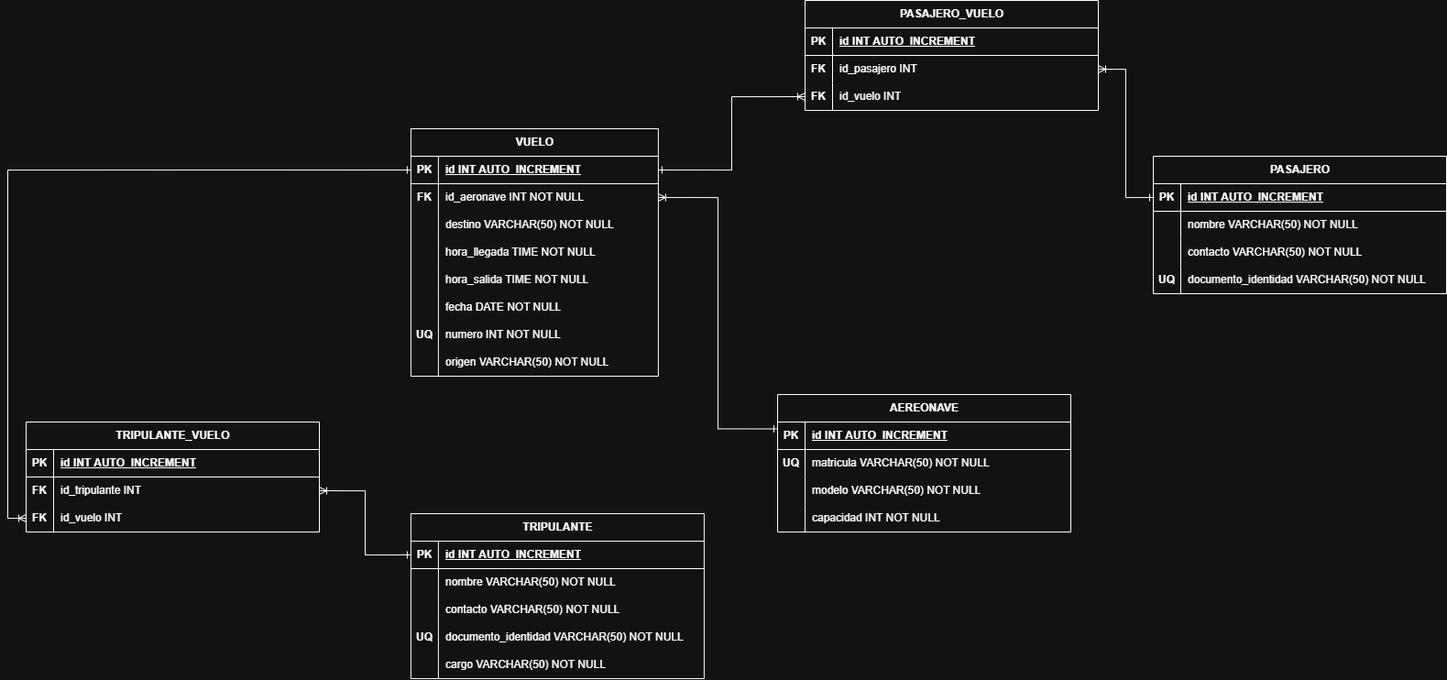
This is Diagrama_MR.png from CamiloRC317/Redondo_Juan_Taller_LATAM, a draw.io export, as it was before one commit. Source tidied: cells renumbered, new cells last; positions are measured from the earlier drawing's top-left corner, leaving out a move shared by most shapes.
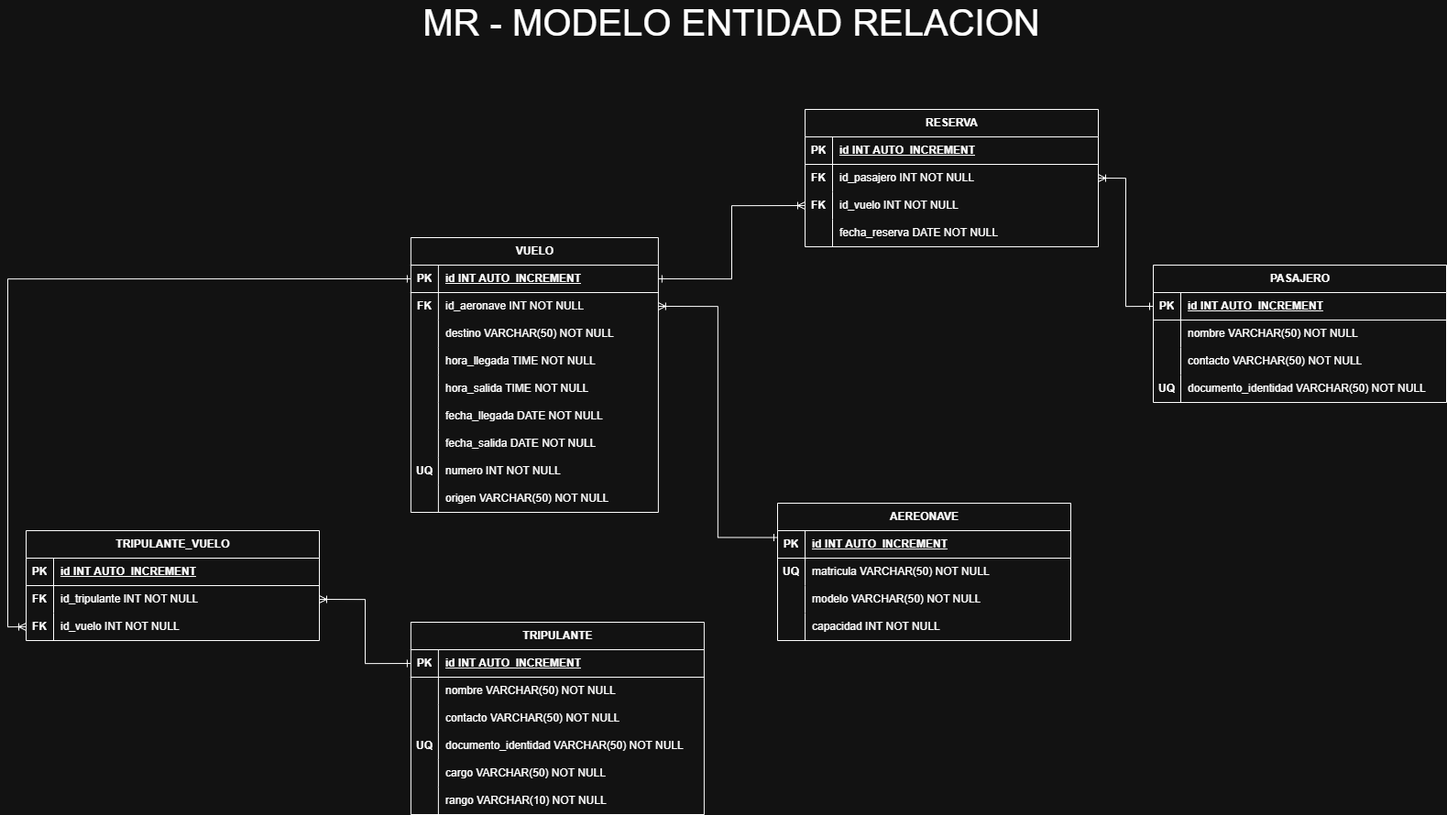
Later version of the same file.

What changed in the source:
```diff
@@ -3,7 +3,7 @@
     <mxCell id="0" />
     <mxCell id="1" parent="0" />
     <mxCell id="2" value="VUELO" style="shape=table;startSize=30;rowLines=0;fontStyle=1;align=center;html=1;" parent="1" vertex="1">
-      <mxGeometry x="419.9" y="140" width="270" height="270" as="geometry" />
+      <mxGeometry x="419.9" y="140" width="270" height="300" as="geometry" />
     </mxCell>
     <mxCell id="3" style="shape=tableRow;horizontal=0;startSize=0;swimlaneHead=0;swimlaneBody=0;fillColor=none;points=[[0,0.5],[1,0.5]];portConstraint=eastwest;top=0;left=0;right=0;bottom=1;" parent="2" vertex="1">
       <mxGeometry y="30" width="270" height="30" as="geometry" />
@@ -50,17 +50,26 @@
     <mxCell id="17" value="hora_salida TIME NOT NULL" style="shape=partialRectangle;fillColor=none;top=0;left=0;bottom=0;right=0;align=left;spacingLeft=6;overflow=hidden;whiteSpace=wrap;html=1;" parent="15" vertex="1">
       <mxGeometry x="30" width="240" height="30" as="geometry" />
     </mxCell>
+    <mxCell id="94" style="shape=tableRow;horizontal=0;startSize=0;swimlaneHead=0;swimlaneBody=0;fillColor=none;top=0;left=0;right=0;bottom=0;" parent="2" vertex="1">
+      <mxGeometry y="180" width="270" height="30" as="geometry" />
+    </mxCell>
+    <mxCell id="95" style="shape=partialRectangle;fillColor=none;top=0;left=0;bottom=0;right=0;overflow=hidden;whiteSpace=wrap;html=1;" parent="94" vertex="1">
+      <mxGeometry width="30" height="30" as="geometry" />
+    </mxCell>
+    <mxCell id="96" value="fecha_llegada DATE NOT NULL" style="shape=partialRectangle;fillColor=none;top=0;left=0;bottom=0;right=0;align=left;spacingLeft=6;overflow=hidden;whiteSpace=wrap;html=1;" parent="94" vertex="1">
+      <mxGeometry x="30" width="240" height="30" as="geometry" />
+    </mxCell>
     <mxCell id="18" style="shape=tableRow;horizontal=0;startSize=0;swimlaneHead=0;swimlaneBody=0;fillColor=none;top=0;left=0;right=0;bottom=0;" parent="2" vertex="1">
-      <mxGeometry y="180" width="270" height="30" as="geometry" />
+      <mxGeometry y="210" width="270" height="30" as="geometry" />
     </mxCell>
     <mxCell id="19" style="shape=partialRectangle;fillColor=none;top=0;left=0;bottom=0;right=0;overflow=hidden;whiteSpace=wrap;html=1;" parent="18" vertex="1">
       <mxGeometry width="30" height="30" as="geometry" />
     </mxCell>
-    <mxCell id="20" value="fecha DATE NOT NULL" style="shape=partialRectangle;fillColor=none;top=0;left=0;bottom=0;right=0;align=left;spacingLeft=6;overflow=hidden;whiteSpace=wrap;html=1;" parent="18" vertex="1">
+    <mxCell id="20" value="fecha_salida DATE NOT NULL" style="shape=partialRectangle;fillColor=none;top=0;left=0;bottom=0;right=0;align=left;spacingLeft=6;overflow=hidden;whiteSpace=wrap;html=1;" parent="18" vertex="1">
       <mxGeometry x="30" width="240" height="30" as="geometry" />
     </mxCell>
     <mxCell id="21" style="shape=tableRow;horizontal=0;startSize=0;swimlaneHead=0;swimlaneBody=0;fillColor=none;top=0;left=0;right=0;bottom=0;" parent="2" vertex="1">
-      <mxGeometry y="210" width="270" height="30" as="geometry" />
+      <mxGeometry y="240" width="270" height="30" as="geometry" />
     </mxCell>
     <mxCell id="22" value="&lt;b&gt;UQ&lt;/b&gt;" style="shape=partialRectangle;fillColor=none;top=0;left=0;bottom=0;right=0;overflow=hidden;whiteSpace=wrap;html=1;" parent="21" vertex="1">
       <mxGeometry width="30" height="30" as="geometry" />
@@ -69,7 +78,7 @@
       <mxGeometry x="30" width="240" height="30" as="geometry" />
     </mxCell>
     <mxCell id="24" style="shape=tableRow;horizontal=0;startSize=0;swimlaneHead=0;swimlaneBody=0;fillColor=none;top=0;left=0;right=0;bottom=0;" parent="2" vertex="1">
-      <mxGeometry y="240" width="270" height="30" as="geometry" />
+      <mxGeometry y="270" width="270" height="30" as="geometry" />
     </mxCell>
     <mxCell id="25" style="shape=partialRectangle;fillColor=none;top=0;left=0;bottom=0;right=0;overflow=hidden;whiteSpace=wrap;html=1;" parent="24" vertex="1">
       <mxGeometry width="30" height="30" as="geometry" />
@@ -117,7 +126,7 @@
       <mxGeometry x="30" width="290" height="30" as="geometry" />
     </mxCell>
     <mxCell id="40" value="TRIPULANTE" style="shape=table;startSize=30;rowLines=0;fontStyle=1;align=center;html=1;" parent="1" vertex="1">
-      <mxGeometry x="419.9" y="560" width="320" height="180" as="geometry" />
+      <mxGeometry x="419.9" y="560" width="320" height="210" as="geometry" />
     </mxCell>
     <mxCell id="41" style="shape=tableRow;horizontal=0;startSize=0;swimlaneHead=0;swimlaneBody=0;fillColor=none;points=[[0,0.5],[1,0.5]];portConstraint=eastwest;top=0;left=0;right=0;bottom=1;" parent="40" vertex="1">
       <mxGeometry y="30" width="320" height="30" as="geometry" />
@@ -155,13 +164,22 @@
     <mxCell id="52" value="documento_identidad VARCHAR(50) NOT NULL" style="shape=partialRectangle;fillColor=none;top=0;left=0;bottom=0;right=0;align=left;spacingLeft=6;overflow=hidden;whiteSpace=wrap;html=1;" parent="50" vertex="1">
       <mxGeometry x="30" width="290" height="30" as="geometry" />
     </mxCell>
+    <mxCell id="97" style="shape=tableRow;horizontal=0;startSize=0;swimlaneHead=0;swimlaneBody=0;fillColor=none;top=0;left=0;right=0;bottom=0;" parent="40" vertex="1">
+      <mxGeometry y="150" width="320" height="30" as="geometry" />
+    </mxCell>
+    <mxCell id="98" style="shape=partialRectangle;fillColor=none;top=0;left=0;bottom=0;right=0;overflow=hidden;whiteSpace=wrap;html=1;" parent="97" vertex="1">
+      <mxGeometry width="30" height="30" as="geometry" />
+    </mxCell>
+    <mxCell id="99" value="cargo VARCHAR(50) NOT NULL" style="shape=partialRectangle;fillColor=none;top=0;left=0;bottom=0;right=0;align=left;spacingLeft=6;overflow=hidden;whiteSpace=wrap;html=1;" parent="97" vertex="1">
+      <mxGeometry x="30" width="290" height="30" as="geometry" />
+    </mxCell>
     <mxCell id="53" style="shape=tableRow;horizontal=0;startSize=0;swimlaneHead=0;swimlaneBody=0;fillColor=none;top=0;left=0;right=0;bottom=0;" parent="40" vertex="1">
-      <mxGeometry y="150" width="320" height="30" as="geometry" />
+      <mxGeometry y="180" width="320" height="30" as="geometry" />
     </mxCell>
     <mxCell id="54" style="shape=partialRectangle;fillColor=none;top=0;left=0;bottom=0;right=0;overflow=hidden;whiteSpace=wrap;html=1;" parent="53" vertex="1">
       <mxGeometry width="30" height="30" as="geometry" />
     </mxCell>
-    <mxCell id="55" value="cargo VARCHAR(50) NOT NULL" style="shape=partialRectangle;fillColor=none;top=0;left=0;bottom=0;right=0;align=left;spacingLeft=6;overflow=hidden;whiteSpace=wrap;html=1;" parent="53" vertex="1">
+    <mxCell id="55" value="rango VARCHAR(10) NOT NULL" style="shape=partialRectangle;fillColor=none;top=0;left=0;bottom=0;right=0;align=left;spacingLeft=6;overflow=hidden;whiteSpace=wrap;html=1;" parent="53" vertex="1">
       <mxGeometry x="30" width="290" height="30" as="geometry" />
     </mxCell>
     <mxCell id="56" style="edgeStyle=orthogonalEdgeStyle;rounded=0;jettySize=auto;html=1;exitX=0;exitY=0.25;exitDx=0;exitDy=0;entryX=1;entryY=0.5;entryDx=0;entryDy=0;endArrow=ERoneToMany;endFill=0;startArrow=ERone;startFill=0;" parent="1" edge="1" source="57" target="6">
@@ -224,7 +242,7 @@
     <mxCell id="75" value="&lt;b&gt;FK&lt;/b&gt;" style="shape=partialRectangle;fillColor=none;top=0;left=0;bottom=0;right=0;overflow=hidden;whiteSpace=wrap;html=1;" parent="74" vertex="1">
       <mxGeometry width="30" height="30" as="geometry" />
     </mxCell>
-    <mxCell id="76" value="id_tripulante INT" style="shape=partialRectangle;fillColor=none;top=0;left=0;bottom=0;right=0;align=left;spacingLeft=6;overflow=hidden;whiteSpace=wrap;html=1;" parent="74" vertex="1">
+    <mxCell id="76" value="id_tripulante INT NOT NULL" style="shape=partialRectangle;fillColor=none;top=0;left=0;bottom=0;right=0;align=left;spacingLeft=6;overflow=hidden;whiteSpace=wrap;html=1;" parent="74" vertex="1">
       <mxGeometry x="30" width="290" height="30" as="geometry" />
     </mxCell>
     <mxCell id="77" style="shape=tableRow;horizontal=0;startSize=0;swimlaneHead=0;swimlaneBody=0;fillColor=none;points=[[0,0.5],[1,0.5]];portConstraint=eastwest;top=0;left=0;right=0;bottom=0;" parent="70" vertex="1">
@@ -233,11 +251,11 @@
     <mxCell id="78" value="&lt;b&gt;FK&lt;/b&gt;" style="shape=partialRectangle;fillColor=none;top=0;left=0;bottom=0;right=0;overflow=hidden;whiteSpace=wrap;html=1;" parent="77" vertex="1">
       <mxGeometry width="30" height="30" as="geometry" />
     </mxCell>
-    <mxCell id="79" value="id_vuelo INT" style="shape=partialRectangle;fillColor=none;top=0;left=0;bottom=0;right=0;align=left;spacingLeft=6;overflow=hidden;whiteSpace=wrap;html=1;" parent="77" vertex="1">
+    <mxCell id="79" value="id_vuelo INT NOT NULL" style="shape=partialRectangle;fillColor=none;top=0;left=0;bottom=0;right=0;align=left;spacingLeft=6;overflow=hidden;whiteSpace=wrap;html=1;" parent="77" vertex="1">
       <mxGeometry x="30" width="290" height="30" as="geometry" />
     </mxCell>
-    <mxCell id="80" value="PASAJERO_VUELO" style="shape=table;startSize=30;rowLines=0;fontStyle=1;align=center;html=1;" parent="1" vertex="1">
-      <mxGeometry x="850" width="320" height="120" as="geometry" />
+    <mxCell id="80" value="RESERVA" style="shape=table;startSize=30;rowLines=0;fontStyle=1;align=center;html=1;" parent="1" vertex="1">
+      <mxGeometry x="850" width="320" height="150" as="geometry" />
     </mxCell>
     <mxCell id="81" style="shape=tableRow;horizontal=0;startSize=0;swimlaneHead=0;swimlaneBody=0;fillColor=none;top=0;left=0;right=0;bottom=1;" parent="80" vertex="1">
       <mxGeometry y="30" width="320" height="30" as="geometry" />
@@ -254,7 +272,7 @@
     <mxCell id="85" value="&lt;b&gt;FK&lt;/b&gt;" style="shape=partialRectangle;fillColor=none;top=0;left=0;bottom=0;right=0;overflow=hidden;whiteSpace=wrap;html=1;" parent="84" vertex="1">
       <mxGeometry width="30" height="30" as="geometry" />
     </mxCell>
-    <mxCell id="86" value="id_pasajero INT" style="shape=partialRectangle;fillColor=none;top=0;left=0;bottom=0;right=0;align=left;spacingLeft=6;overflow=hidden;whiteSpace=wrap;html=1;" parent="84" vertex="1">
+    <mxCell id="86" value="id_pasajero INT NOT NULL" style="shape=partialRectangle;fillColor=none;top=0;left=0;bottom=0;right=0;align=left;spacingLeft=6;overflow=hidden;whiteSpace=wrap;html=1;" parent="84" vertex="1">
       <mxGeometry x="30" width="290" height="30" as="geometry" />
     </mxCell>
     <mxCell id="87" style="shape=tableRow;horizontal=0;startSize=0;swimlaneHead=0;swimlaneBody=0;fillColor=none;points=[[0,0.5],[1,0.5]];portConstraint=eastwest;top=0;left=0;right=0;bottom=0;" parent="80" vertex="1">
@@ -263,9 +281,18 @@
     <mxCell id="88" value="&lt;b&gt;FK&lt;/b&gt;" style="shape=partialRectangle;fillColor=none;top=0;left=0;bottom=0;right=0;overflow=hidden;whiteSpace=wrap;html=1;" parent="87" vertex="1">
       <mxGeometry width="30" height="30" as="geometry" />
     </mxCell>
-    <mxCell id="89" value="id_vuelo INT" style="shape=partialRectangle;fillColor=none;top=0;left=0;bottom=0;right=0;align=left;spacingLeft=6;overflow=hidden;whiteSpace=wrap;html=1;" parent="87" vertex="1">
+    <mxCell id="89" value="id_vuelo INT NOT NULL" style="shape=partialRectangle;fillColor=none;top=0;left=0;bottom=0;right=0;align=left;spacingLeft=6;overflow=hidden;whiteSpace=wrap;html=1;" parent="87" vertex="1">
       <mxGeometry x="30" width="290" height="30" as="geometry" />
     </mxCell>
+    <mxCell id="100" style="shape=tableRow;horizontal=0;startSize=0;swimlaneHead=0;swimlaneBody=0;fillColor=none;top=0;left=0;right=0;bottom=0;" parent="80" vertex="1">
+      <mxGeometry y="120" width="320" height="30" as="geometry" />
+    </mxCell>
+    <mxCell id="101" style="shape=partialRectangle;fillColor=none;top=0;left=0;bottom=0;right=0;overflow=hidden;whiteSpace=wrap;html=1;" parent="100" vertex="1">
+      <mxGeometry width="30" height="30" as="geometry" />
+    </mxCell>
+    <mxCell id="102" value="fecha_reserva DATE NOT NULL" style="shape=partialRectangle;fillColor=none;top=0;left=0;bottom=0;right=0;align=left;spacingLeft=6;overflow=hidden;whiteSpace=wrap;html=1;" parent="100" vertex="1">
+      <mxGeometry x="30" width="290" height="30" as="geometry" />
+    </mxCell>
     <mxCell id="90" style="edgeStyle=orthogonalEdgeStyle;rounded=0;jettySize=auto;html=1;exitX=0;exitY=0.5;exitDx=0;exitDy=0;entryX=0;entryY=0.5;entryDx=0;entryDy=0;endArrow=ERoneToMany;endFill=0;startArrow=ERone;startFill=0;" parent="1" edge="1" source="3" target="77">
       <mxGeometry relative="1" as="geometry" />
     </mxCell>
@@ -278,5 +305,8 @@
     <mxCell id="93" style="edgeStyle=orthogonalEdgeStyle;rounded=0;jettySize=auto;html=1;exitX=0;exitY=0.5;exitDx=0;exitDy=0;entryX=1;entryY=0.5;entryDx=0;entryDy=0;endArrow=ERoneToMany;endFill=0;startArrow=ERone;startFill=0;" parent="1" edge="1" source="28" target="84">
       <mxGeometry relative="1" as="geometry" />
     </mxCell>
+    <mxCell id="103" value="&lt;font style=&quot;font-size: 40px;&quot;&gt;MR - MODELO ENTIDAD RELACION&lt;/font&gt;" style="text;html=1;whiteSpace=wrap;strokeColor=none;fillColor=none;align=center;verticalAlign=middle;rounded=0;" parent="1" vertex="1">
+      <mxGeometry x="419.9" y="-110" width="700" height="30" as="geometry" />
+    </mxCell>
   </root>
 </mxGraphModel>
```
